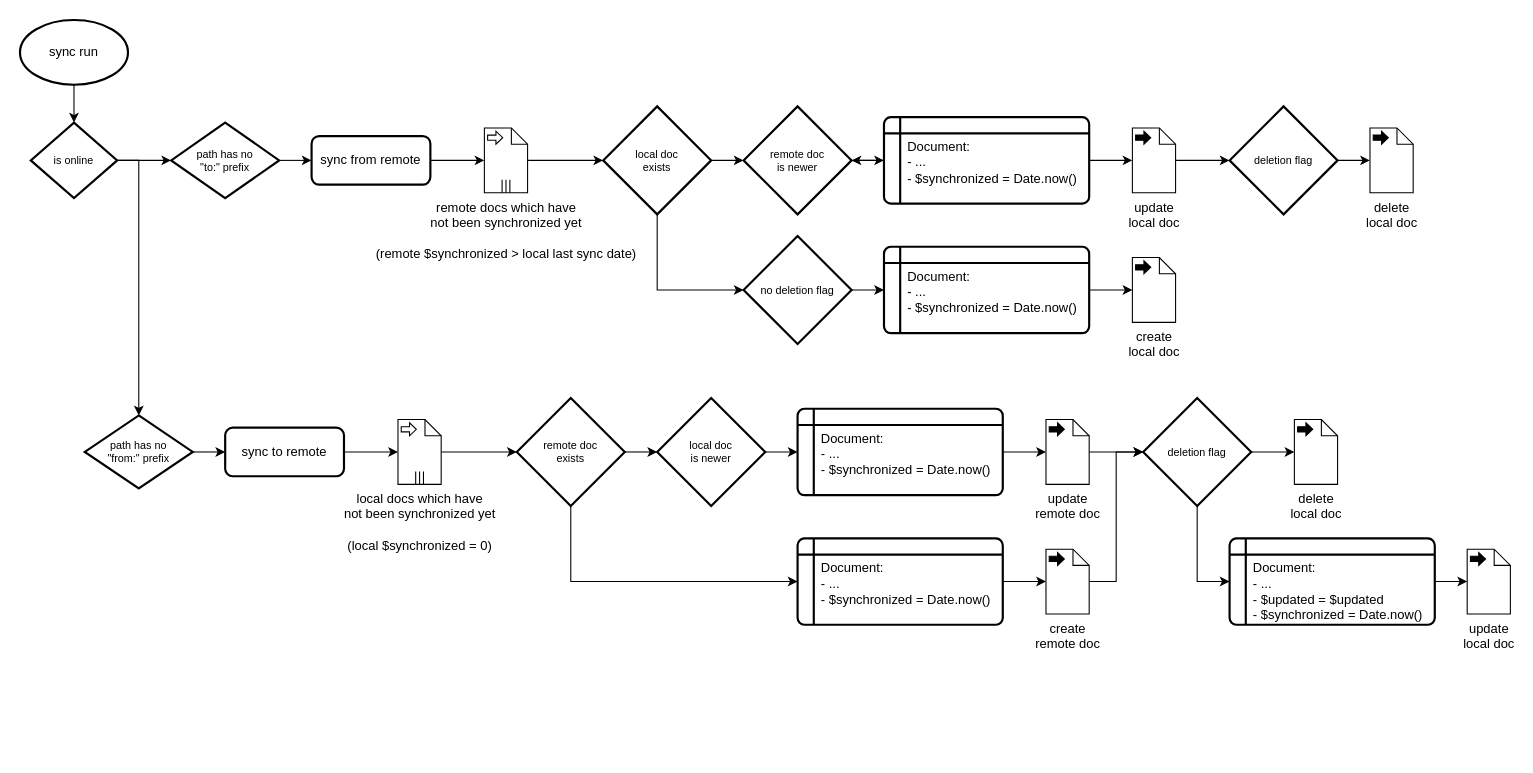
Before: flowchart-sync.drawio in scriptPilot/dexie-mysql-sync, a draw.io diagram. Source tidied: cells renumbered, new cells numbered last; positions are measured from the earlier drawing's top-left corner, leaving out a move shared by most shapes. Both pictures are drawn from the tidied source at 108%, with x=0, y=0 at pixel (19, 19).
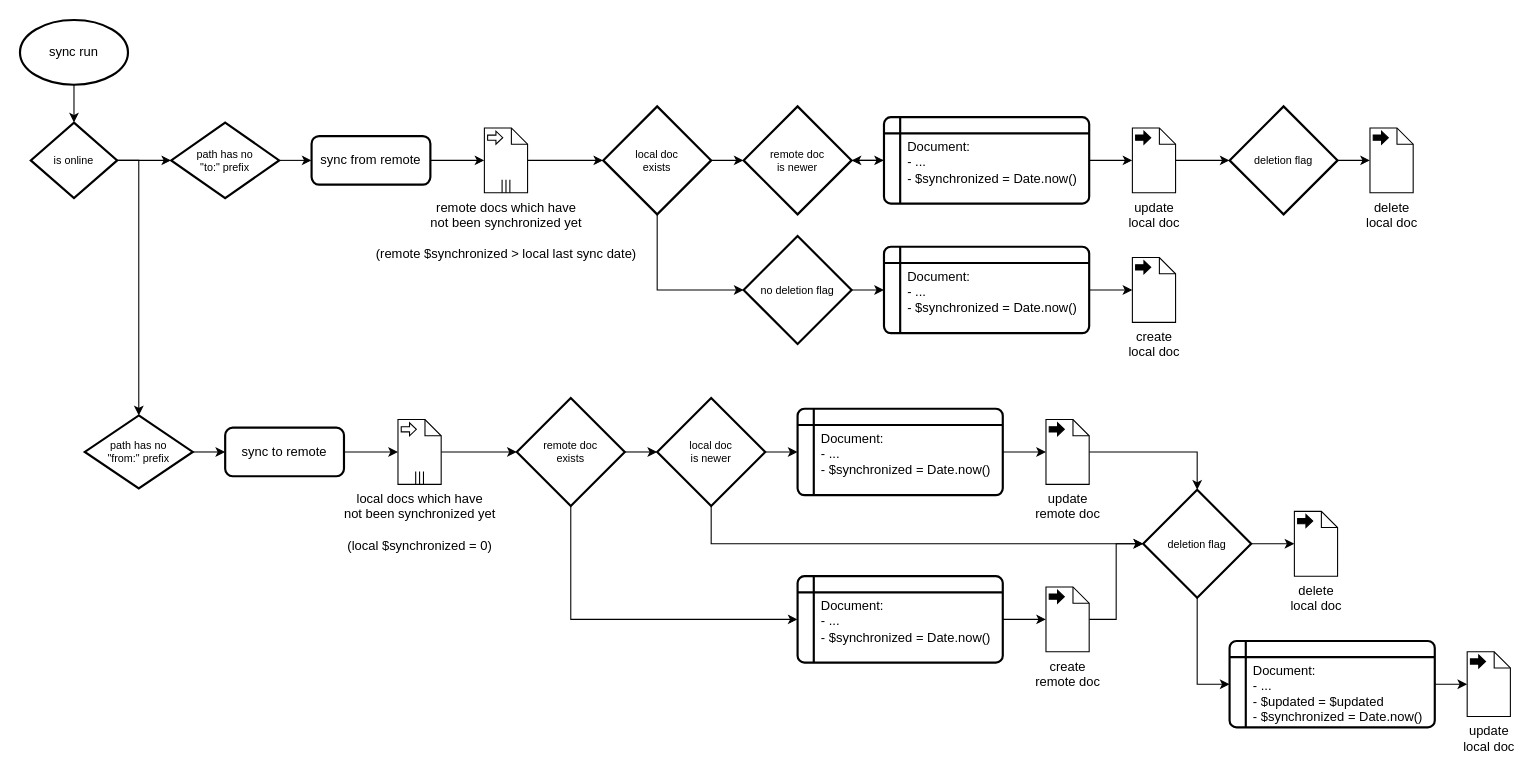
After the change.

Commit message (it also covers changes not shown here):
add missing connection

related to #15

Unchanged cells that the change refers to:
```xml
<mxCell id="48" value="local doc&lt;br&gt;is newer" style="strokeWidth=2;html=1;shape=mxgraph.flowchart.decision;whiteSpace=wrap;fontSize=10;" parent="1" vertex="1">
  <mxGeometry x="590" y="350" width="100" height="100" as="geometry" />
</mxCell>
```

The edit, as a diff of the source:
```diff
@@
     <mxCell id="26" value="create&lt;br&gt;remote doc" style="shape=mxgraph.bpmn.data;labelPosition=center;verticalLabelPosition=bottom;align=center;verticalAlign=top;size=15;html=1;bpmnTransferType=output;" parent="1" vertex="1">
-      <mxGeometry x="950" y="490" width="40" height="60" as="geometry" />
+      <mxGeometry x="950" y="525" width="40" height="60" as="geometry" />
     </mxCell>
@@
     <mxCell id="28" value="Document:&lt;br&gt;- ...&lt;br&gt;- $synchronized = Date.now()" style="shape=internalStorage;whiteSpace=wrap;html=1;dx=15;dy=15;rounded=1;arcSize=8;strokeWidth=2;spacing=0;verticalAlign=top;spacingTop=16;align=left;spacingLeft=22;" parent="1" vertex="1">
-      <mxGeometry x="720" y="480" width="190" height="80" as="geometry" />
+      <mxGeometry x="720" y="515" width="190" height="80" as="geometry" />
     </mxCell>
@@
+    <mxCell id="57" style="edgeStyle=orthogonalEdgeStyle;rounded=0;jettySize=auto;html=1;exitX=0.5;exitY=1;exitDx=0;exitDy=0;exitPerimeter=0;" parent="1" edge="1" source="48" target="53">
+      <mxGeometry relative="1" as="geometry" />
+    </mxCell>
@@
     <mxCell id="51" value="delete&lt;br&gt;local doc" style="shape=mxgraph.bpmn.data;labelPosition=center;verticalLabelPosition=bottom;align=center;verticalAlign=top;size=15;html=1;bpmnTransferType=output;" parent="1" vertex="1">
-      <mxGeometry x="1180" y="370" width="40" height="60" as="geometry" />
+      <mxGeometry x="1180" y="455" width="40" height="60" as="geometry" />
     </mxCell>
@@
     <mxCell id="53" value="deletion flag" style="strokeWidth=2;html=1;shape=mxgraph.flowchart.decision;whiteSpace=wrap;fontSize=10;" parent="1" vertex="1">
-      <mxGeometry x="1040" y="350" width="100" height="100" as="geometry" />
+      <mxGeometry x="1040" y="435" width="100" height="100" as="geometry" />
     </mxCell>
     <mxCell id="54" value="update&lt;br&gt;local doc" style="shape=mxgraph.bpmn.data;labelPosition=center;verticalLabelPosition=bottom;align=center;verticalAlign=top;size=15;html=1;bpmnTransferType=output;" parent="1" vertex="1">
-      <mxGeometry x="1340" y="490" width="40" height="60" as="geometry" />
+      <mxGeometry x="1340" y="585" width="40" height="60" as="geometry" />
     </mxCell>
@@
     <mxCell id="56" value="Document:&lt;br&gt;- ...&lt;br&gt;- $updated = $updated&lt;br&gt;- $synchronized = Date.now()" style="shape=internalStorage;whiteSpace=wrap;html=1;dx=15;dy=15;rounded=1;arcSize=8;strokeWidth=2;spacing=0;verticalAlign=top;spacingTop=16;align=left;spacingLeft=22;" parent="1" vertex="1">
-      <mxGeometry x="1120" y="480" width="190" height="80" as="geometry" />
+      <mxGeometry x="1120" y="575" width="190" height="80" as="geometry" />
     </mxCell>
```
